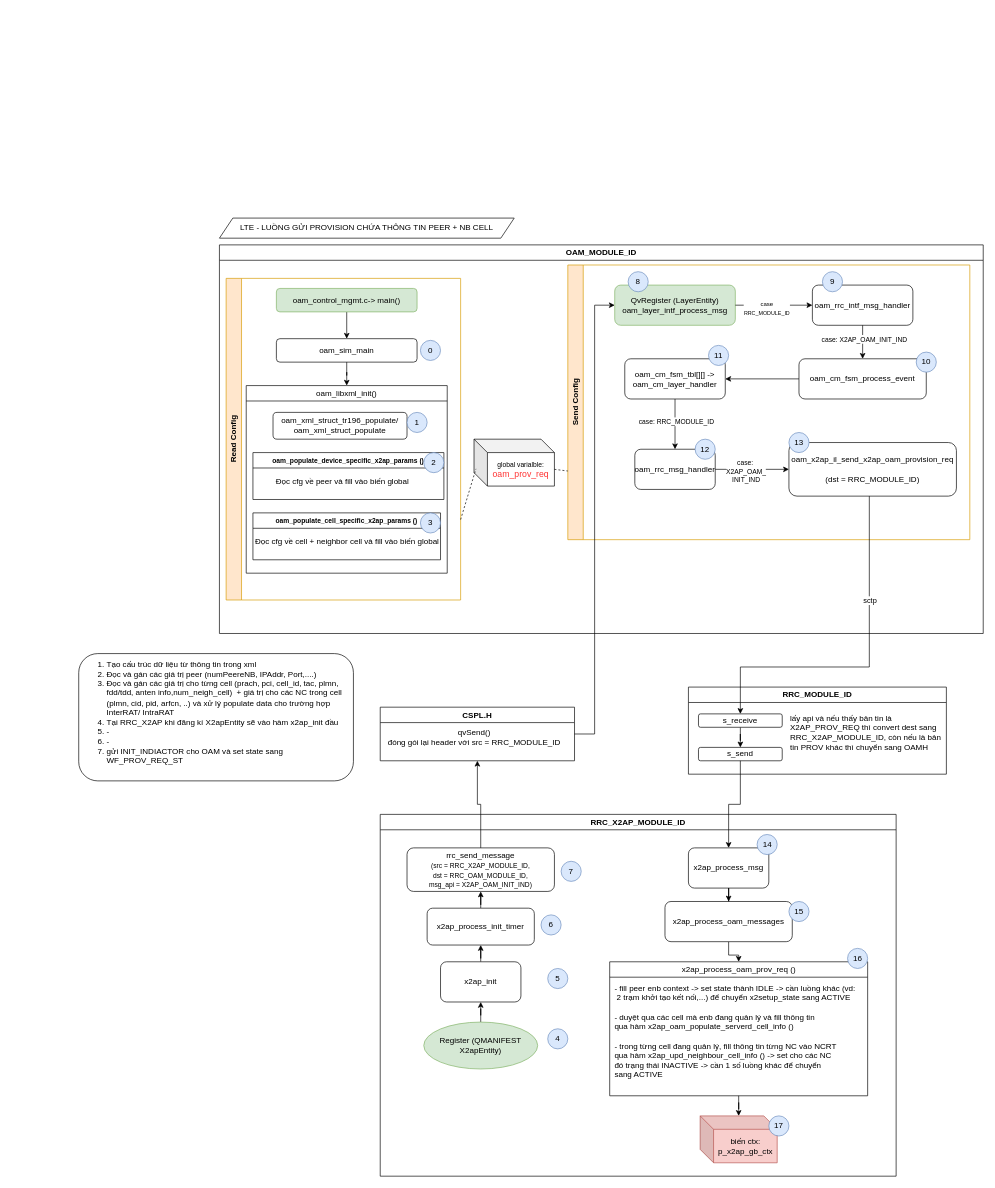
Above: OAM.drawio in nguyenmanhdung183/DrawIO (draw.io), before the change. Source tidied: cells renumbered, new cells numbered last; positions are measured from the earlier drawing's top-left corner, leaving out a move shared by most shapes. Both pictures are drawn from the tidied source at 67%, with x=0, y=0 at pixel (78, 218).
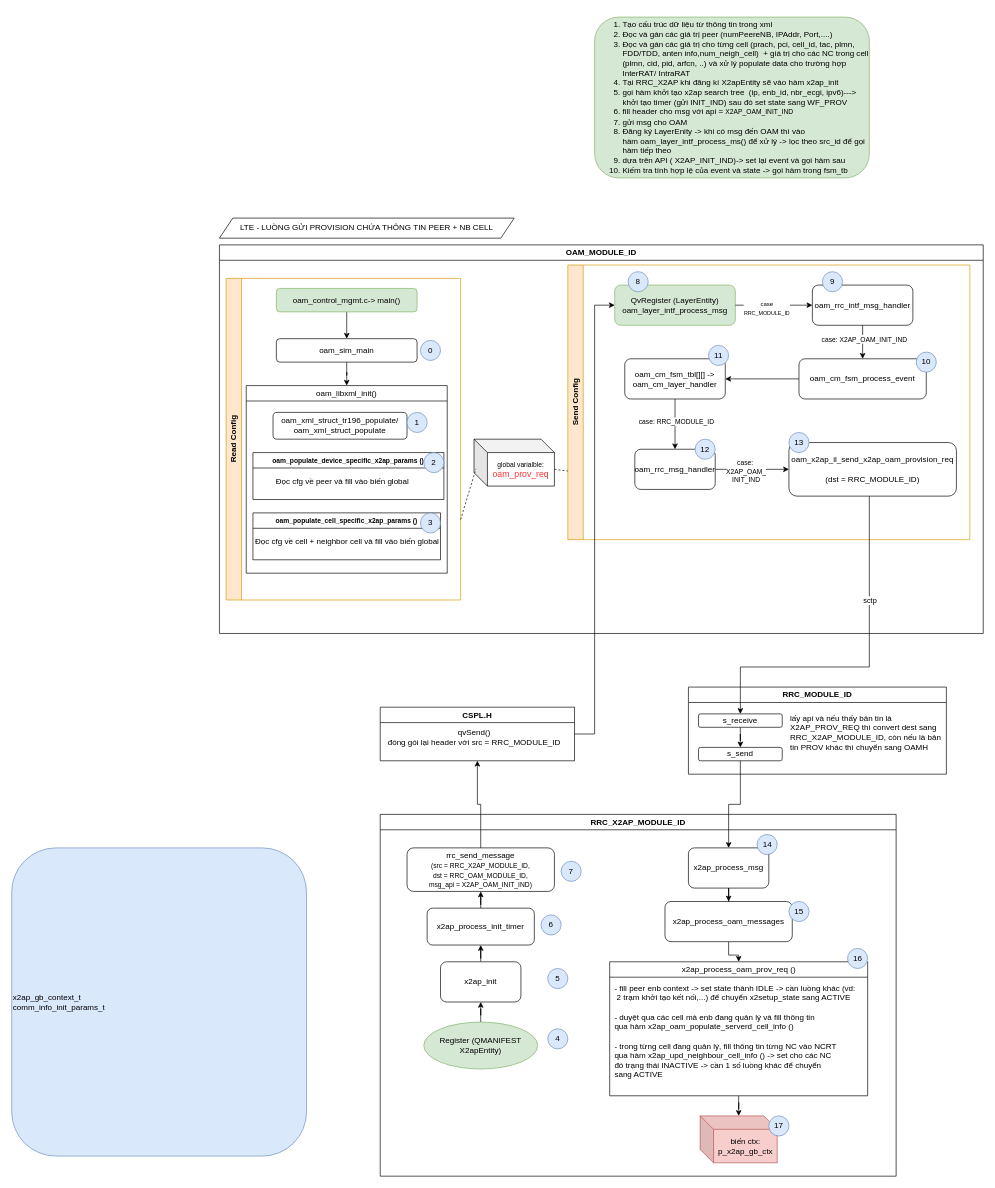
Above is the later version.

The edit, as a diff of the source:
```diff
@@
-    <mxCell id="74" value="&lt;ol&gt;&lt;li&gt;Tạo cấu trúc dữ liệu từ thông tin trong xml&lt;/li&gt;&lt;li&gt;Đọc và gán các giá trị peer (numPeereNB, IPAddr, Port,....)&lt;/li&gt;&lt;li&gt;Đọc và gán các giá trị cho từng cell (prach, pci, cell_id, tac, plmn, fdd/tdd, anten info,&lt;span style=&quot;background-color: transparent; color: light-dark(rgb(0, 0, 0), rgb(255, 255, 255));&quot;&gt;num_neigh_cell)&amp;nbsp; + giá trị cho các NC trong cell (plmn, cid, pid, arfcn, ..) và xử lý populate data cho trường hợp InterRAT/ IntraRAT&amp;nbsp;&lt;/span&gt;&lt;/li&gt;&lt;li&gt;Tại RRC_X2AP khi đăng kí X2apEntity sẽ vào hàm x2ap_init đầu&lt;/li&gt;&lt;li&gt;-&lt;/li&gt;&lt;li&gt;-&lt;/li&gt;&lt;li&gt;gửi INIT_INDIACTOR cho OAM và set state sang WF_PROV_REQ_ST&lt;/li&gt;&lt;/ol&gt;&lt;div&gt;&lt;br&gt;&lt;/div&gt;" style="rounded=1;whiteSpace=wrap;html=1;align=left;" parent="1" vertex="1">
-      <mxGeometry y="650" width="410" height="190" as="geometry" />
+    <mxCell id="74" value="&lt;div style=&quot;line-height: 130%;&quot;&gt;&lt;ol style=&quot;line-height: 120%;&quot;&gt;&lt;li&gt;Tạo cấu trúc dữ liệu từ thông tin trong xml&lt;/li&gt;&lt;li&gt;Đọc và gán các giá trị peer (numPeereNB, IPAddr, Port,....)&lt;/li&gt;&lt;li&gt;Đọc và gán các giá trị cho từng cell (prach, pci, cell_id, tac, plmn, FDD/TDD, anten info,&lt;span style=&quot;background-color: transparent; color: light-dark(rgb(0, 0, 0), rgb(255, 255, 255));&quot;&gt;num_neigh_cell)&amp;nbsp; + giá trị cho các NC trong cell (plmn, cid, pid, arfcn, ..) và xử lý populate data cho trường hợp InterRAT/ IntraRAT&amp;nbsp;&lt;/span&gt;&lt;/li&gt;&lt;li&gt;Tại RRC_X2AP khi đăng kí X2apEntity sẽ vào hàm x2ap_init&lt;/li&gt;&lt;li&gt;gọi hàm khởi tạo x2ap search tree&amp;nbsp; (ip, enb_id, nbr_ecgi, ipv6)---&amp;gt; khởi tạo timer (gửi INIT_IND) sau đó set state sang WF_PROV&lt;/li&gt;&lt;li&gt;fill header cho msg với api =&amp;nbsp;&lt;span style=&quot;font-size: 10px; text-align: center;&quot;&gt;X2AP_OAM_INIT_IND&lt;/span&gt;&lt;/li&gt;&lt;li&gt;gửi msg cho OAM&lt;/li&gt;&lt;li&gt;Đăng ký LayerEnity -&amp;gt; khi có msg đến OAM thì vào hàm&amp;nbsp;&lt;span style=&quot;text-align: center;&quot;&gt;oam_layer_intf_process_ms() để xử lý -&amp;gt; lọc theo src_id để gọi hàm tiếp theo&lt;/span&gt;&lt;/li&gt;&lt;li&gt;dựa trên API ( X2AP_INIT_IND)-&amp;gt; set lại event và gọi hàm sau&amp;nbsp;&lt;/li&gt;&lt;li&gt;Kiếm tra tính hợp lệ của event và state -&amp;gt; gọi hàm trong fsm_tb&lt;/li&gt;&lt;/ol&gt;&lt;div&gt;&lt;/div&gt;&lt;/div&gt;" style="rounded=1;whiteSpace=wrap;html=1;align=left;fillColor=#d5e8d4;strokeColor=#82b366;" parent="1" vertex="1">
+      <mxGeometry x="770" y="-300" width="410" height="240" as="geometry" />
     </mxCell>
@@
+    <mxCell id="81" value="x2ap_gb_context_t&lt;div&gt;comm_info_init_params_t&lt;/div&gt;" style="rounded=1;whiteSpace=wrap;html=1;fillColor=#dae8fc;strokeColor=#6c8ebf;align=left;" parent="1" vertex="1">
+      <mxGeometry x="-100" y="940" width="440" height="460" as="geometry" />
+    </mxCell>
```
